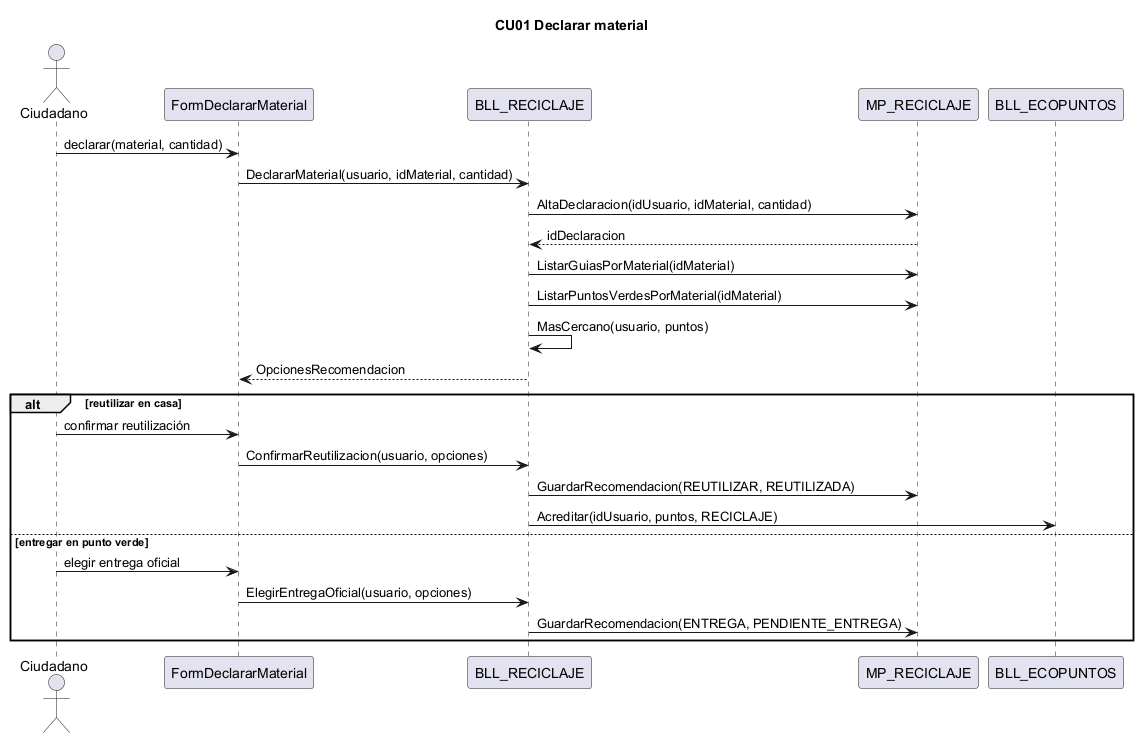
Before: docs/diagramas/secuencias_png/CU01.png, a diagram exported from PlantUML (L-Muniz/uai-diploma_2026). The source it was exported from:
```plantuml
@startuml CU01
title CU01 Declarar material
actor Ciudadano
participant "FormDeclararMaterial" as IU
participant "BLL_RECICLAJE" as BLL
participant "MP_RECICLAJE" as DAL
participant "BLL_ECOPUNTOS" as EP
Ciudadano -> IU : declarar(material, cantidad)
IU -> BLL : DeclararMaterial(usuario, idMaterial, cantidad)
BLL -> DAL : AltaDeclaracion(idUsuario, idMaterial, cantidad)
DAL --> BLL : idDeclaracion
BLL -> DAL : ListarGuiasPorMaterial(idMaterial)
BLL -> DAL : ListarPuntosVerdesPorMaterial(idMaterial)
BLL -> BLL : MasCercano(usuario, puntos)
BLL --> IU : OpcionesRecomendacion
alt reutilizar en casa
  Ciudadano -> IU : confirmar reutilización
  IU -> BLL : ConfirmarReutilizacion(usuario, opciones)
  BLL -> DAL : GuardarRecomendacion(REUTILIZAR, REUTILIZADA)
  BLL -> EP : Acreditar(idUsuario, puntos, RECICLAJE)
else entregar en punto verde
  Ciudadano -> IU : elegir entrega oficial
  IU -> BLL : ElegirEntregaOficial(usuario, opciones)
  BLL -> DAL : GuardarRecomendacion(ENTREGA, PENDIENTE_ENTREGA)
end
@enduml
```
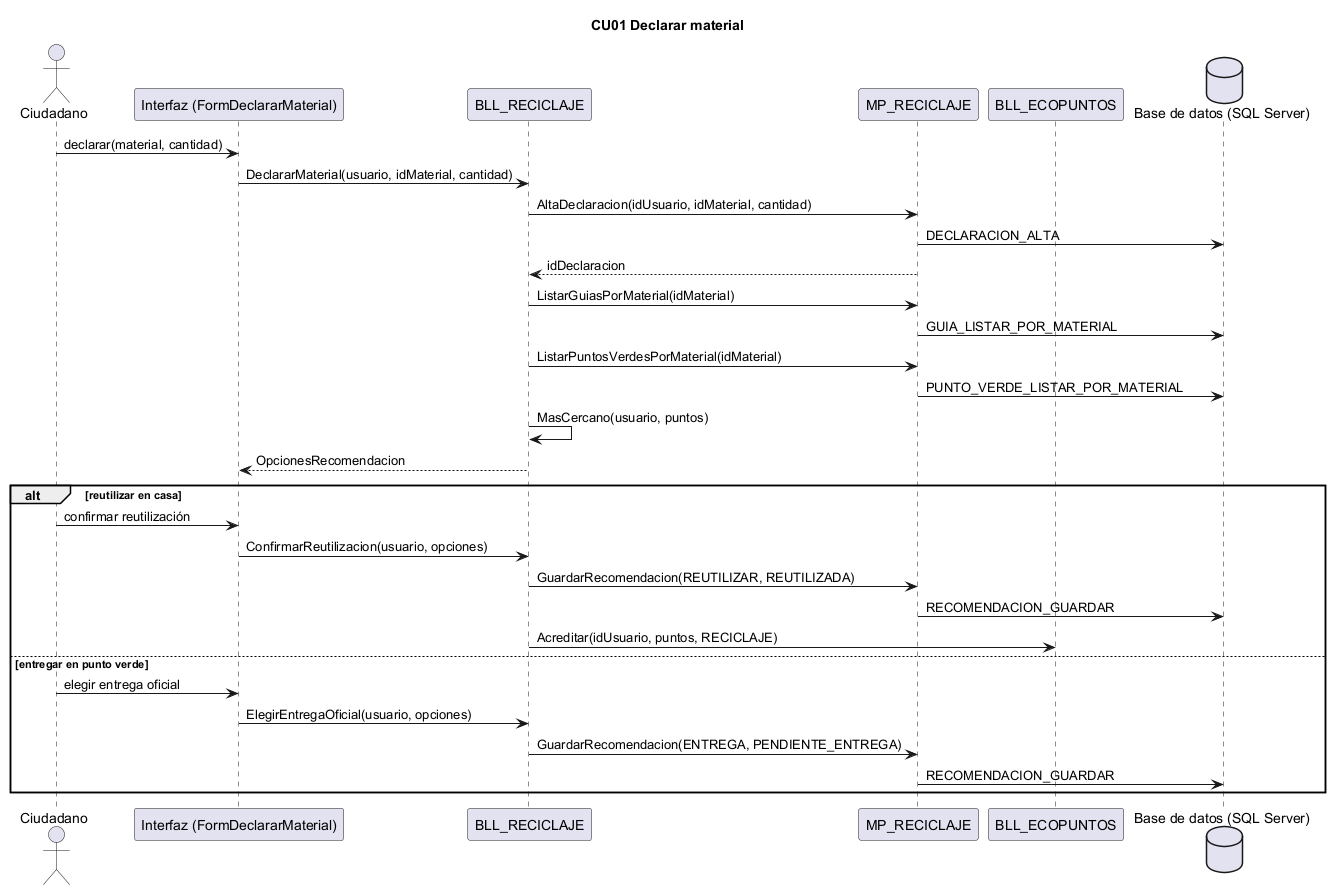
After the commit.

The edit, as a diff of the source:
```diff
@@ -1,26 +1,32 @@
 @startuml CU01
 title CU01 Declarar material
 actor Ciudadano
-participant "FormDeclararMaterial" as IU
+participant "Interfaz (FormDeclararMaterial)" as IU
 participant "BLL_RECICLAJE" as BLL
 participant "MP_RECICLAJE" as DAL
 participant "BLL_ECOPUNTOS" as EP
+database "Base de datos (SQL Server)" as BD
 Ciudadano -> IU : declarar(material, cantidad)
 IU -> BLL : DeclararMaterial(usuario, idMaterial, cantidad)
 BLL -> DAL : AltaDeclaracion(idUsuario, idMaterial, cantidad)
+DAL -> BD : DECLARACION_ALTA
 DAL --> BLL : idDeclaracion
 BLL -> DAL : ListarGuiasPorMaterial(idMaterial)
+DAL -> BD : GUIA_LISTAR_POR_MATERIAL
 BLL -> DAL : ListarPuntosVerdesPorMaterial(idMaterial)
+DAL -> BD : PUNTO_VERDE_LISTAR_POR_MATERIAL
 BLL -> BLL : MasCercano(usuario, puntos)
 BLL --> IU : OpcionesRecomendacion
 alt reutilizar en casa
   Ciudadano -> IU : confirmar reutilización
   IU -> BLL : ConfirmarReutilizacion(usuario, opciones)
   BLL -> DAL : GuardarRecomendacion(REUTILIZAR, REUTILIZADA)
+DAL -> BD : RECOMENDACION_GUARDAR
   BLL -> EP : Acreditar(idUsuario, puntos, RECICLAJE)
 else entregar en punto verde
   Ciudadano -> IU : elegir entrega oficial
   IU -> BLL : ElegirEntregaOficial(usuario, opciones)
   BLL -> DAL : GuardarRecomendacion(ENTREGA, PENDIENTE_ENTREGA)
+DAL -> BD : RECOMENDACION_GUARDAR
 end
 @enduml
```
